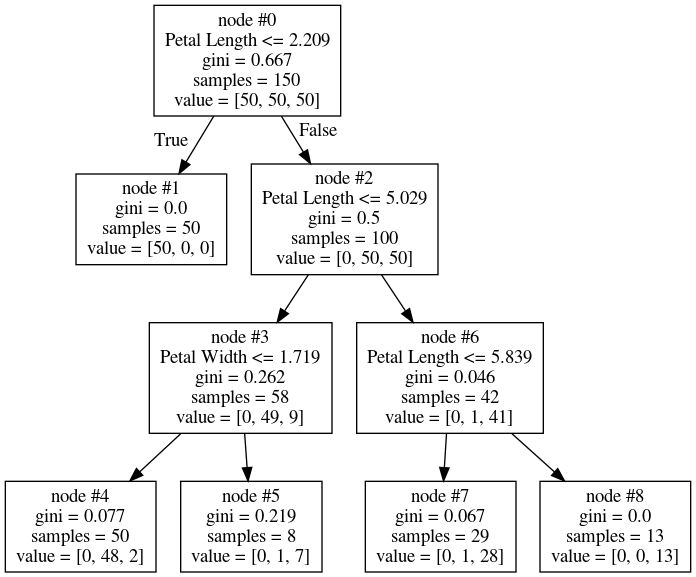
The Graphviz diagram wes_sklearn_ext/tree.png in wesleyklhk/my_own_sklearn_extensions, before a commit. Its source is kept beside it as wes_sklearn_ext/tree.dot.
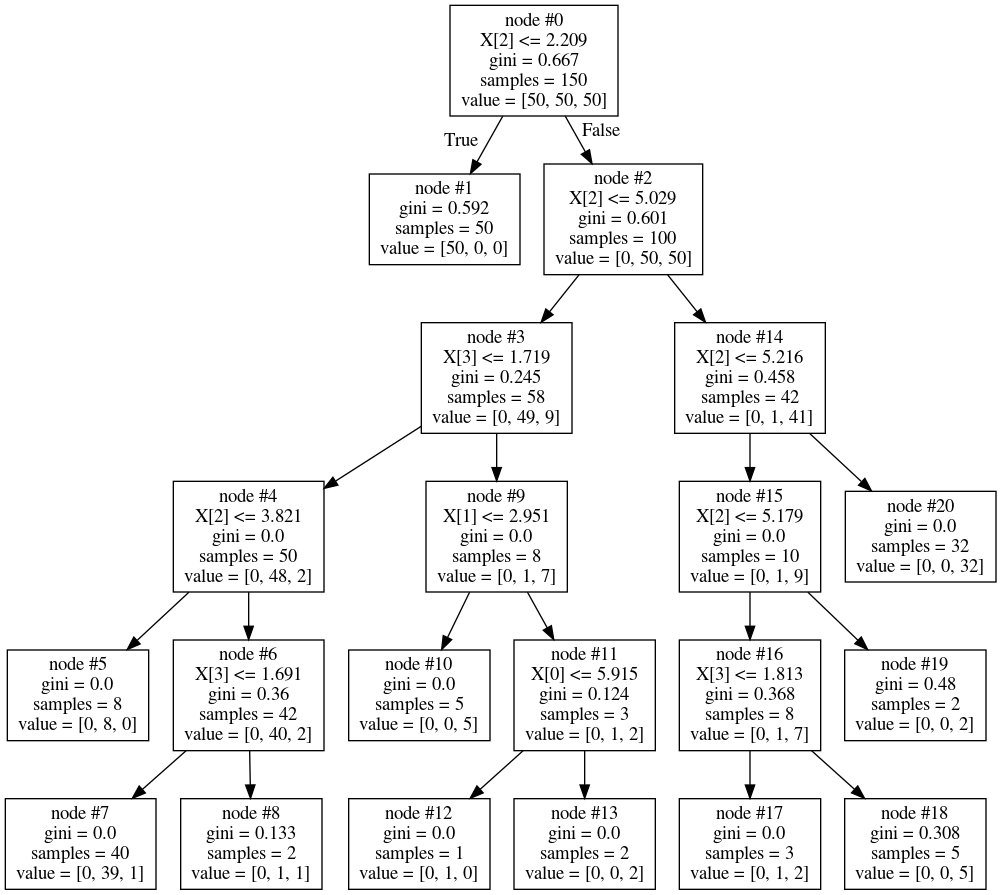
The same file after the commit.

Commit message:
all neccessary components ready; next step need to develop ui for decision tree pruning

Change to the diagram source:
```diff
@@ -1,20 +1,44 @@
 digraph Tree {
 node [shape=box] ;
-0 [label="node #0\nPetal Length <= 2.209\ngini = 0.667\nsamples = 150\nvalue = [50, 50, 50]"] ;
-1 [label="node #1\ngini = 0.0\nsamples = 50\nvalue = [50, 0, 0]"] ;
+0 [label="node #0\nX[2] <= 2.209\ngini = 0.667\nsamples = 150\nvalue = [50, 50, 50]"] ;
+1 [label="node #1\ngini = 0.592\nsamples = 50\nvalue = [50, 0, 0]"] ;
 0 -> 1 [labeldistance=2.5, labelangle=45, headlabel="True"] ;
-2 [label="node #2\nPetal Length <= 5.029\ngini = 0.5\nsamples = 100\nvalue = [0, 50, 50]"] ;
+2 [label="node #2\nX[2] <= 5.029\ngini = 0.601\nsamples = 100\nvalue = [0, 50, 50]"] ;
 0 -> 2 [labeldistance=2.5, labelangle=-45, headlabel="False"] ;
-3 [label="node #3\nPetal Width <= 1.719\ngini = 0.262\nsamples = 58\nvalue = [0, 49, 9]"] ;
+3 [label="node #3\nX[3] <= 1.719\ngini = 0.245\nsamples = 58\nvalue = [0, 49, 9]"] ;
 2 -> 3 ;
-4 [label="node #4\ngini = 0.077\nsamples = 50\nvalue = [0, 48, 2]"] ;
+4 [label="node #4\nX[2] <= 3.821\ngini = 0.0\nsamples = 50\nvalue = [0, 48, 2]"] ;
 3 -> 4 ;
-5 [label="node #5\ngini = 0.219\nsamples = 8\nvalue = [0, 1, 7]"] ;
-3 -> 5 ;
-6 [label="node #6\nPetal Length <= 5.839\ngini = 0.046\nsamples = 42\nvalue = [0, 1, 41]"] ;
-2 -> 6 ;
-7 [label="node #7\ngini = 0.067\nsamples = 29\nvalue = [0, 1, 28]"] ;
+5 [label="node #5\ngini = 0.0\nsamples = 8\nvalue = [0, 8, 0]"] ;
+4 -> 5 ;
+6 [label="node #6\nX[3] <= 1.691\ngini = 0.36\nsamples = 42\nvalue = [0, 40, 2]"] ;
+4 -> 6 ;
+7 [label="node #7\ngini = 0.0\nsamples = 40\nvalue = [0, 39, 1]"] ;
 6 -> 7 ;
-8 [label="node #8\ngini = 0.0\nsamples = 13\nvalue = [0, 0, 13]"] ;
+8 [label="node #8\ngini = 0.133\nsamples = 2\nvalue = [0, 1, 1]"] ;
 6 -> 8 ;
+9 [label="node #9\nX[1] <= 2.951\ngini = 0.0\nsamples = 8\nvalue = [0, 1, 7]"] ;
+3 -> 9 ;
+10 [label="node #10\ngini = 0.0\nsamples = 5\nvalue = [0, 0, 5]"] ;
+9 -> 10 ;
+11 [label="node #11\nX[0] <= 5.915\ngini = 0.124\nsamples = 3\nvalue = [0, 1, 2]"] ;
+9 -> 11 ;
+12 [label="node #12\ngini = 0.0\nsamples = 1\nvalue = [0, 1, 0]"] ;
+11 -> 12 ;
+13 [label="node #13\ngini = 0.0\nsamples = 2\nvalue = [0, 0, 2]"] ;
+11 -> 13 ;
+14 [label="node #14\nX[2] <= 5.216\ngini = 0.458\nsamples = 42\nvalue = [0, 1, 41]"] ;
+2 -> 14 ;
+15 [label="node #15\nX[2] <= 5.179\ngini = 0.0\nsamples = 10\nvalue = [0, 1, 9]"] ;
+14 -> 15 ;
+16 [label="node #16\nX[3] <= 1.813\ngini = 0.368\nsamples = 8\nvalue = [0, 1, 7]"] ;
+15 -> 16 ;
+17 [label="node #17\ngini = 0.0\nsamples = 3\nvalue = [0, 1, 2]"] ;
+16 -> 17 ;
+18 [label="node #18\ngini = 0.308\nsamples = 5\nvalue = [0, 0, 5]"] ;
+16 -> 18 ;
+19 [label="node #19\ngini = 0.48\nsamples = 2\nvalue = [0, 0, 2]"] ;
+15 -> 19 ;
+20 [label="node #20\ngini = 0.0\nsamples = 32\nvalue = [0, 0, 32]"] ;
+14 -> 20 ;
 }
```
